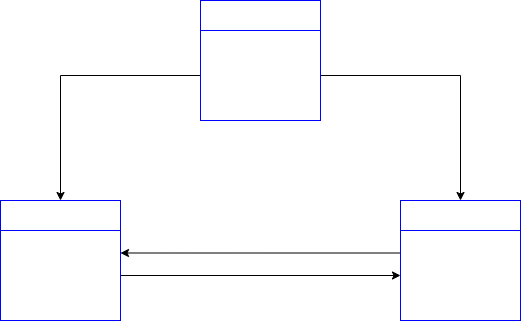
This is db.png from apple4zcm/furima-35357, a draw.io export, as it was before one commit. Source tidied: cells renumbered, new cells last; positions are measured from the earlier drawing's top-left corner, leaving out a move shared by most shapes. The source it was exported from:
```xml
<mxGraphModel>
  <root>
    <mxCell id="0" />
    <mxCell id="1" parent="0" />
    <mxCell id="2" value="&lt;font size=&quot;3&quot;&gt;users&lt;/font&gt;" style="rounded=0;whiteSpace=wrap;html=1;strokeColor=#0000FF;verticalAlign=middle;fillColor=none;fontColor=#FFFFFF;" parent="1" vertex="1">
      <mxGeometry x="200" width="120" height="30" as="geometry" />
    </mxCell>
    <mxCell id="3" style="edgeStyle=orthogonalEdgeStyle;rounded=0;jettySize=auto;html=1;exitX=0;exitY=0.5;exitDx=0;exitDy=0;entryX=0.5;entryY=0;entryDx=0;entryDy=0;fontColor=#FFFFFF;" parent="1" edge="1" source="5" target="6">
      <mxGeometry relative="1" as="geometry" />
    </mxCell>
    <mxCell id="4" style="edgeStyle=orthogonalEdgeStyle;rounded=0;jettySize=auto;html=1;exitX=1;exitY=0.5;exitDx=0;exitDy=0;entryX=0.5;entryY=0;entryDx=0;entryDy=0;fontColor=#FFFFFF;" parent="1" edge="1" source="5" target="9">
      <mxGeometry relative="1" as="geometry" />
    </mxCell>
    <mxCell id="5" value="&lt;font size=&quot;3&quot;&gt;name&lt;br&gt;&lt;br&gt;email&lt;br&gt;&lt;/font&gt;" style="rounded=0;whiteSpace=wrap;html=1;fontColor=#FFFFFF;strokeColor=#0000FF;fillColor=none;verticalAlign=middle;" parent="1" vertex="1">
      <mxGeometry x="200" y="30" width="120" height="90" as="geometry" />
    </mxCell>
    <mxCell id="6" value="&lt;font size=&quot;3&quot;&gt;displays&lt;/font&gt;" style="rounded=0;whiteSpace=wrap;html=1;fontColor=#FFFFFF;strokeColor=#0000FF;fillColor=none;verticalAlign=middle;" parent="1" vertex="1">
      <mxGeometry y="200" width="120" height="30" as="geometry" />
    </mxCell>
    <mxCell id="7" style="edgeStyle=orthogonalEdgeStyle;rounded=0;jettySize=auto;html=1;exitX=1;exitY=0.5;exitDx=0;exitDy=0;entryX=0;entryY=0.5;entryDx=0;entryDy=0;fontColor=#FFFFFF;" parent="1" edge="1" source="8" target="11">
      <mxGeometry relative="1" as="geometry" />
    </mxCell>
    <mxCell id="8" value="&lt;font size=&quot;3&quot;&gt;user_id&lt;br&gt;images&lt;br&gt;text&lt;br&gt;&lt;/font&gt;" style="rounded=0;whiteSpace=wrap;html=1;fontColor=#FFFFFF;strokeColor=#0000FF;fillColor=none;verticalAlign=middle;" parent="1" vertex="1">
      <mxGeometry y="230" width="120" height="90" as="geometry" />
    </mxCell>
    <mxCell id="9" value="&lt;font size=&quot;3&quot;&gt;purchases&lt;/font&gt;" style="rounded=0;whiteSpace=wrap;html=1;fontColor=#FFFFFF;strokeColor=#0000FF;fillColor=none;verticalAlign=middle;" parent="1" vertex="1">
      <mxGeometry x="400" y="200" width="120" height="30" as="geometry" />
    </mxCell>
    <mxCell id="10" style="edgeStyle=orthogonalEdgeStyle;rounded=0;jettySize=auto;html=1;exitX=0;exitY=0.25;exitDx=0;exitDy=0;entryX=1;entryY=0.25;entryDx=0;entryDy=0;fontColor=#FFFFFF;" parent="1" edge="1" source="11" target="8">
      <mxGeometry relative="1" as="geometry" />
    </mxCell>
    <mxCell id="11" value="&lt;font size=&quot;3&quot;&gt;user_id&lt;br&gt;display_id&lt;br&gt;purchase_text&lt;br&gt;&lt;/font&gt;" style="rounded=0;whiteSpace=wrap;html=1;fontColor=#FFFFFF;strokeColor=#0000FF;fillColor=none;verticalAlign=middle;" parent="1" vertex="1">
      <mxGeometry x="400" y="230" width="120" height="90" as="geometry" />
    </mxCell>
  </root>
</mxGraphModel>
```
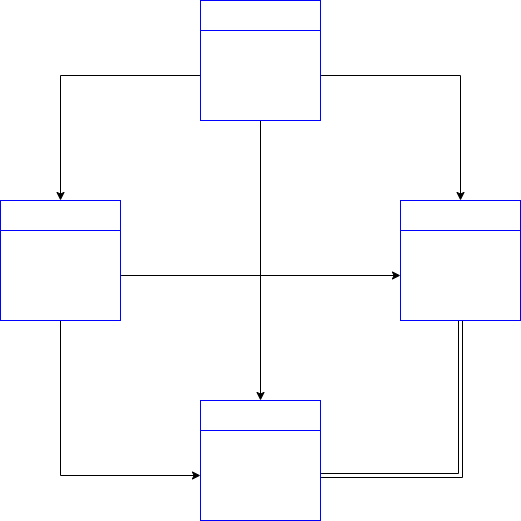
After the change.

The edit, as a diff of the source:
```diff
@@ -11,26 +11,38 @@
     <mxCell id="4" style="edgeStyle=orthogonalEdgeStyle;rounded=0;jettySize=auto;html=1;exitX=1;exitY=0.5;exitDx=0;exitDy=0;entryX=0.5;entryY=0;entryDx=0;entryDy=0;fontColor=#FFFFFF;" parent="1" edge="1" source="5" target="9">
       <mxGeometry relative="1" as="geometry" />
     </mxCell>
+    <mxCell id="12" style="edgeStyle=orthogonalEdgeStyle;rounded=0;jettySize=auto;html=1;entryX=0.5;entryY=0;entryDx=0;entryDy=0;fontColor=#FFFFFF;" parent="1" edge="1" source="5" target="15">
+      <mxGeometry relative="1" as="geometry" />
+    </mxCell>
     <mxCell id="5" value="&lt;font size=&quot;3&quot;&gt;name&lt;br&gt;&lt;br&gt;email&lt;br&gt;&lt;/font&gt;" style="rounded=0;whiteSpace=wrap;html=1;fontColor=#FFFFFF;strokeColor=#0000FF;fillColor=none;verticalAlign=middle;" parent="1" vertex="1">
       <mxGeometry x="200" y="30" width="120" height="90" as="geometry" />
     </mxCell>
-    <mxCell id="6" value="&lt;font size=&quot;3&quot;&gt;displays&lt;/font&gt;" style="rounded=0;whiteSpace=wrap;html=1;fontColor=#FFFFFF;strokeColor=#0000FF;fillColor=none;verticalAlign=middle;" parent="1" vertex="1">
+    <mxCell id="6" value="&lt;font size=&quot;3&quot;&gt;items&lt;/font&gt;" style="rounded=0;whiteSpace=wrap;html=1;fontColor=#FFFFFF;strokeColor=#0000FF;fillColor=none;verticalAlign=middle;" parent="1" vertex="1">
       <mxGeometry y="200" width="120" height="30" as="geometry" />
     </mxCell>
     <mxCell id="7" style="edgeStyle=orthogonalEdgeStyle;rounded=0;jettySize=auto;html=1;exitX=1;exitY=0.5;exitDx=0;exitDy=0;entryX=0;entryY=0.5;entryDx=0;entryDy=0;fontColor=#FFFFFF;" parent="1" edge="1" source="8" target="11">
       <mxGeometry relative="1" as="geometry" />
     </mxCell>
+    <mxCell id="13" style="edgeStyle=orthogonalEdgeStyle;rounded=0;jettySize=auto;html=1;exitX=0.5;exitY=1;exitDx=0;exitDy=0;entryX=0;entryY=0.5;entryDx=0;entryDy=0;fontColor=#FFFFFF;" parent="1" edge="1" source="8" target="16">
+      <mxGeometry relative="1" as="geometry" />
+    </mxCell>
-    <mxCell id="8" value="&lt;font size=&quot;3&quot;&gt;user_id&lt;br&gt;images&lt;br&gt;text&lt;br&gt;&lt;/font&gt;" style="rounded=0;whiteSpace=wrap;html=1;fontColor=#FFFFFF;strokeColor=#0000FF;fillColor=none;verticalAlign=middle;" parent="1" vertex="1">
+    <mxCell id="8" value="&lt;font size=&quot;3&quot;&gt;images&lt;br&gt;text&lt;br&gt;price&lt;br&gt;&lt;/font&gt;" style="rounded=0;whiteSpace=wrap;html=1;fontColor=#FFFFFF;strokeColor=#0000FF;fillColor=none;verticalAlign=middle;" parent="1" vertex="1">
       <mxGeometry y="230" width="120" height="90" as="geometry" />
     </mxCell>
     <mxCell id="9" value="&lt;font size=&quot;3&quot;&gt;purchases&lt;/font&gt;" style="rounded=0;whiteSpace=wrap;html=1;fontColor=#FFFFFF;strokeColor=#0000FF;fillColor=none;verticalAlign=middle;" parent="1" vertex="1">
       <mxGeometry x="400" y="200" width="120" height="30" as="geometry" />
     </mxCell>
-    <mxCell id="10" style="edgeStyle=orthogonalEdgeStyle;rounded=0;jettySize=auto;html=1;exitX=0;exitY=0.25;exitDx=0;exitDy=0;entryX=1;entryY=0.25;entryDx=0;entryDy=0;fontColor=#FFFFFF;" parent="1" edge="1" source="11" target="8">
-      <mxGeometry relative="1" as="geometry" />
-    </mxCell>
+    <mxCell id="14" style="edgeStyle=orthogonalEdgeStyle;shape=link;rounded=0;jettySize=auto;html=1;exitX=0.5;exitY=1;exitDx=0;exitDy=0;entryX=1;entryY=0.5;entryDx=0;entryDy=0;fontColor=#FFFFFF;" parent="1" edge="1" source="11" target="16">
+      <mxGeometry relative="1" as="geometry" />
+    </mxCell>
-    <mxCell id="11" value="&lt;font size=&quot;3&quot;&gt;user_id&lt;br&gt;display_id&lt;br&gt;purchase_text&lt;br&gt;&lt;/font&gt;" style="rounded=0;whiteSpace=wrap;html=1;fontColor=#FFFFFF;strokeColor=#0000FF;fillColor=none;verticalAlign=middle;" parent="1" vertex="1">
+    <mxCell id="11" value="&lt;font size=&quot;3&quot;&gt;user_id&lt;br&gt;item_id&lt;br&gt;purchase_text&lt;br&gt;&lt;/font&gt;" style="rounded=0;whiteSpace=wrap;html=1;fontColor=#FFFFFF;strokeColor=#0000FF;fillColor=none;verticalAlign=middle;" parent="1" vertex="1">
       <mxGeometry x="400" y="230" width="120" height="90" as="geometry" />
     </mxCell>
+    <mxCell id="15" value="&lt;font size=&quot;3&quot;&gt;address&lt;/font&gt;" style="rounded=0;whiteSpace=wrap;html=1;fontColor=#FFFFFF;strokeColor=#0000FF;fillColor=none;verticalAlign=middle;" parent="1" vertex="1">
+      <mxGeometry x="200" y="400" width="120" height="30" as="geometry" />
+    </mxCell>
+    <mxCell id="16" value="&lt;font size=&quot;3&quot;&gt;user_id&lt;br&gt;user_address&lt;br&gt;&lt;/font&gt;" style="rounded=0;whiteSpace=wrap;html=1;fontColor=#FFFFFF;strokeColor=#0000FF;fillColor=none;verticalAlign=middle;" parent="1" vertex="1">
+      <mxGeometry x="200" y="430" width="120" height="90" as="geometry" />
+    </mxCell>
   </root>
 </mxGraphModel>
```
